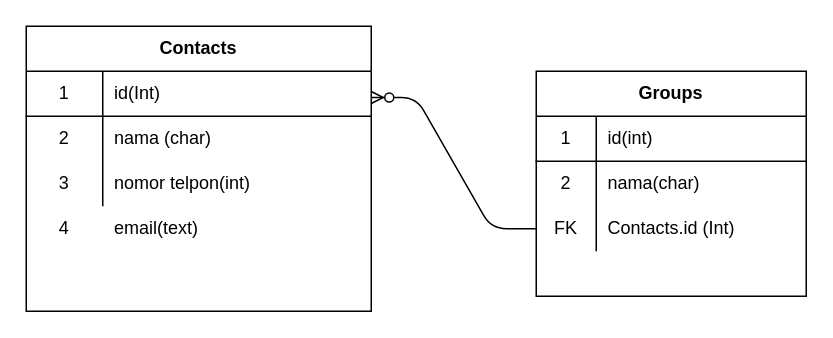
Earlier version of the draw.io diagram Untitled Diagram.drawio (MDB-sys/MDB-sys.github.io). Source tidied: cells renumbered, new cells numbered last; positions are measured from the earlier drawing's top-left corner, leaving out a move shared by most shapes. Both pictures are drawn from the tidied source at 150%, with x=0, y=0 at pixel (26, 26).
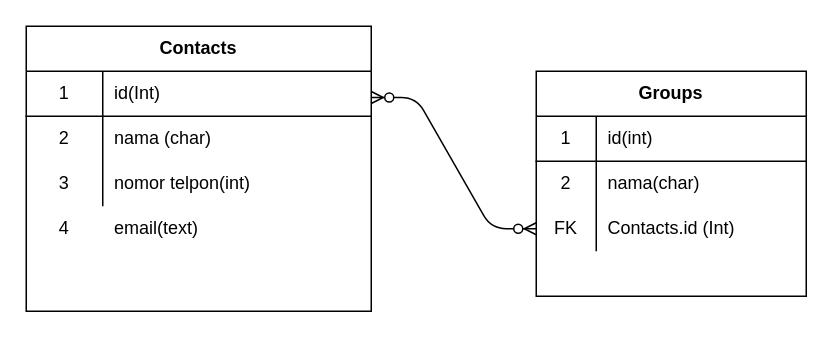
The same page after the edit.

The change refers to these unchanged cells:
```xml
<mxCell id="2" value="Contacts" style="shape=table;html=1;whiteSpace=wrap;startSize=30;childLayout=tableLayout;rowLines=0;fontStyle=1;align=center;" parent="1" vertex="1">
  <mxGeometry width="230" height="190" as="geometry" />
</mxCell>
<mxCell id="21" style="shape=partialRectangle;html=1;whiteSpace=wrap;fillColor=none;top=0;left=0;bottom=0;right=0;points=[[0,0.5],[1,0.5]];portConstraint=eastwest;" parent="14" vertex="1">
  <mxGeometry y="90" width="180" height="30" as="geometry" />
</mxCell>
```

The edit, as a diff of the source:
```diff
@@
-    <mxCell id="24" style="edgeStyle=entityRelationEdgeStyle;fontSize=12;html=1;endArrow=none;endFill=0;entryX=0;entryY=0.5;entryDx=0;entryDy=0;startArrow=ERzeroToMany;startFill=1;exitX=1;exitY=0.25;exitDx=0;exitDy=0;" parent="1" edge="1" source="2" target="21">
+    <mxCell id="24" style="edgeStyle=entityRelationEdgeStyle;fontSize=12;html=1;endArrow=ERzeroToMany;endFill=1;entryX=0;entryY=0.5;entryDx=0;entryDy=0;startArrow=ERzeroToMany;startFill=1;exitX=1;exitY=0.25;exitDx=0;exitDy=0;" parent="1" edge="1" source="2" target="21">
       <mxGeometry relative="1" as="geometry" />
     </mxCell>
```
